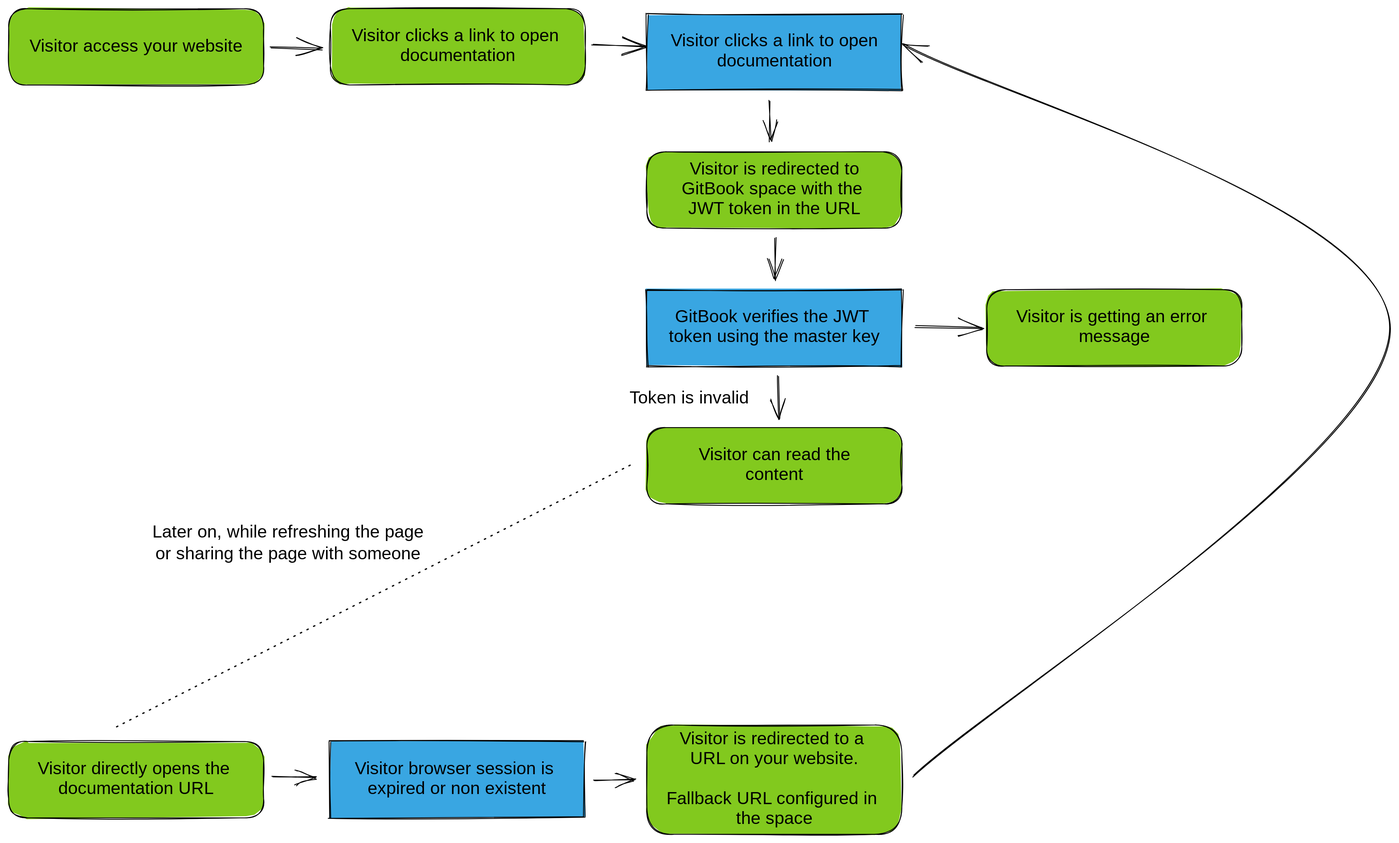
This is .gitbook/assets/file.drawing (1).svg from GitbookIO/public-docs, a Excalidraw export, as it was before one commit. Source tidied: one line per element, renumbered; positions are measured from the earlier drawing's top-left corner, leaving out a move shared by most shapes. Source of this version:
```json
{"id": 0, "type": "rectangle", "strokeColor": "#000000", "backgroundColor": "#82c91e", "fillStyle": "solid", "strokeWidth": 1, "roughness": 1, "x": 0, "y": 0, "width": 294, "height": 88}
{"id": 1, "type": "text", "text": "Visitor access your website", "strokeColor": "#000000", "strokeWidth": 1, "roughness": 1, "fontSize": 20, "fontFamily": 1, "textAlign": "center", "verticalAlign": "middle", "inside": 0, "x": 5, "y": 32, "width": 284, "height": 23}
{"id": 2, "type": "rectangle", "strokeColor": "#000000", "backgroundColor": "#82c91e", "fillStyle": "solid", "strokeWidth": 1, "roughness": 1, "x": 371, "y": 0, "width": 294, "height": 88}
{"id": 3, "type": "text", "text": "Visitor clicks a link to open \ndocumentation", "strokeColor": "#000000", "strokeWidth": 1, "roughness": 1, "fontSize": 20, "fontFamily": 1, "textAlign": "center", "verticalAlign": "middle", "inside": 2, "x": 376, "y": 20, "width": 284, "height": 46}
{"id": 4, "type": "arrow", "strokeColor": "#000000", "strokeWidth": 1, "roughness": 1, "endArrowhead": "arrow", "from": 0, "to": 2, "x": 302, "y": 46, "width": 60, "height": 2, "points": [[0, 0], [60, 2]]}
{"id": 5, "type": "rectangle", "strokeColor": "#000000", "backgroundColor": "#39a6e2", "fillStyle": "solid", "strokeWidth": 1, "roughness": 1, "x": 736, "y": 6, "width": 294, "height": 88}
{"id": 6, "type": "text", "text": "Visitor clicks a link to open\ndocumentation", "strokeColor": "#000000", "strokeWidth": 1, "roughness": 1, "fontSize": 20, "fontFamily": 1, "textAlign": "center", "verticalAlign": "middle", "inside": 5, "x": 741, "y": 26, "width": 284, "height": 46}
{"id": 7, "type": "arrow", "strokeColor": "#000000", "backgroundColor": "#82c91e", "fillStyle": "solid", "strokeWidth": 1, "roughness": 1, "endArrowhead": "arrow", "from": 2, "to": 5, "x": 673, "y": 41, "width": 63, "height": 3, "points": [[0, 0], [63, 3]]}
{"id": 8, "type": "rectangle", "strokeColor": "#000000", "backgroundColor": "#82c91e", "fillStyle": "solid", "strokeWidth": 1, "roughness": 1, "x": 736, "y": 165, "width": 294, "height": 88}
{"id": 9, "type": "text", "text": "Visitor is redirected to\nGitBook space with the \nJWT token in the URL", "strokeColor": "#000000", "strokeWidth": 1, "roughness": 1, "fontSize": 20, "fontFamily": 1, "textAlign": "center", "verticalAlign": "middle", "inside": 8, "x": 741, "y": 174, "width": 284, "height": 69}
{"id": 10, "type": "rectangle", "strokeColor": "#000000", "backgroundColor": "#39a6e2", "fillStyle": "solid", "strokeWidth": 1, "roughness": 1, "x": 736, "y": 324, "width": 294, "height": 88}
{"id": 11, "type": "text", "text": "GitBook verifies the JWT \ntoken using the master key", "strokeColor": "#000000", "strokeWidth": 1, "roughness": 1, "fontSize": 20, "fontFamily": 1, "textAlign": "center", "verticalAlign": "middle", "inside": 10, "x": 741, "y": 344, "width": 284, "height": 46}
{"id": 12, "type": "rectangle", "strokeColor": "#000000", "backgroundColor": "#82c91e", "fillStyle": "solid", "strokeWidth": 1, "roughness": 1, "x": 736, "y": 483, "width": 294, "height": 88}
{"id": 13, "type": "text", "text": "Visitor can read the\ncontent", "strokeColor": "#000000", "strokeWidth": 1, "roughness": 1, "fontSize": 20, "fontFamily": 1, "textAlign": "center", "verticalAlign": "middle", "inside": 12, "x": 741, "y": 504, "width": 284, "height": 46}
{"id": 14, "type": "rectangle", "strokeColor": "#000000", "backgroundColor": "#82c91e", "fillStyle": "solid", "strokeWidth": 1, "roughness": 1, "x": 0, "y": 845, "width": 294, "height": 88}
{"id": 15, "type": "text", "text": "Visitor directly opens the \ndocumentation URL", "strokeColor": "#000000", "strokeWidth": 1, "roughness": 1, "fontSize": 20, "fontFamily": 1, "textAlign": "center", "verticalAlign": "middle", "inside": 14, "x": 5, "y": 866, "width": 284, "height": 46}
{"id": 16, "type": "arrow", "strokeColor": "#000000", "backgroundColor": "#82c91e", "fillStyle": "solid", "strokeWidth": 1, "strokeStyle": "dotted", "roughness": 1, "from": 14, "to": 12, "x": 124, "y": 829, "width": 597, "height": 305, "points": [[0, 0], [597, -305]]}
{"id": 17, "type": "text", "text": "Later on, while refreshing the page\nor sharing the page with someone", "strokeColor": "#000000", "backgroundColor": "#82c91e", "fillStyle": "solid", "strokeWidth": 1, "strokeStyle": "dotted", "roughness": 1, "fontSize": 20, "fontFamily": 1, "textAlign": "center", "x": 150, "y": 592, "width": 344, "height": 50}
{"id": 18, "type": "arrow", "strokeColor": "#000000", "backgroundColor": "#82c91e", "fillStyle": "solid", "strokeWidth": 1, "roughness": 1, "endArrowhead": "arrow", "from": 5, "to": 8, "x": 877, "y": 107, "width": 1, "height": 46, "points": [[0, 0], [1, 46]]}
{"id": 19, "type": "arrow", "strokeColor": "#000000", "backgroundColor": "#82c91e", "fillStyle": "solid", "strokeWidth": 1, "roughness": 1, "endArrowhead": "arrow", "from": 8, "to": 10, "x": 884, "y": 264, "width": 0, "height": 49, "points": [[0, 0], [0, 49]]}
{"id": 20, "type": "arrow", "strokeColor": "#000000", "backgroundColor": "#82c91e", "fillStyle": "solid", "strokeWidth": 1, "roughness": 1, "endArrowhead": "arrow", "from": 10, "to": 12, "x": 888, "y": 424, "width": 2, "height": 49, "points": [[0, 0], [2, 49]]}
{"id": 21, "type": "rectangle", "strokeColor": "#000000", "backgroundColor": "#82c91e", "fillStyle": "solid", "strokeWidth": 1, "roughness": 1, "x": 1128, "y": 324, "width": 294, "height": 88}
{"id": 22, "type": "text", "text": "Visitor is getting an error \nmessage", "strokeColor": "#000000", "strokeWidth": 1, "roughness": 1, "fontSize": 20, "fontFamily": 1, "textAlign": "center", "verticalAlign": "middle", "inside": 21, "x": 1133, "y": 344, "width": 284, "height": 46}
{"id": 23, "type": "arrow", "strokeColor": "#000000", "backgroundColor": "#82c91e", "fillStyle": "solid", "strokeWidth": 1, "roughness": 1, "endArrowhead": "arrow", "from": 10, "to": 21, "x": 1045, "y": 366, "width": 78, "height": 2, "points": [[0, 0], [78, 2]]}
{"id": 24, "type": "text", "text": "Token is invalid", "strokeColor": "#000000", "backgroundColor": "#82c91e", "fillStyle": "solid", "strokeWidth": 1, "roughness": 1, "fontSize": 20, "fontFamily": 1, "textAlign": "center", "x": 709, "y": 437, "width": 152, "height": 25}
{"id": 25, "type": "rectangle", "strokeColor": "#000000", "backgroundColor": "#39a6e2", "fillStyle": "solid", "strokeWidth": 1, "roughness": 1, "x": 370, "y": 845, "width": 294, "height": 88}
{"id": 26, "type": "text", "text": "Visitor browser session is \nexpired or non existent", "strokeColor": "#000000", "strokeWidth": 1, "roughness": 1, "fontSize": 20, "fontFamily": 1, "textAlign": "center", "verticalAlign": "middle", "inside": 25, "x": 375, "y": 866, "width": 284, "height": 46}
{"id": 27, "type": "rectangle", "strokeColor": "#000000", "backgroundColor": "#82c91e", "fillStyle": "solid", "strokeWidth": 1, "roughness": 1, "x": 736, "y": 826, "width": 294, "height": 126}
{"id": 28, "type": "text", "text": "Visitor is redirected to a \nURL on your website.\n\nFallback URL configured in \nthe space", "strokeColor": "#000000", "strokeWidth": 1, "roughness": 1, "fontSize": 20, "fontFamily": 1, "textAlign": "center", "verticalAlign": "middle", "inside": 27, "x": 741, "y": 831, "width": 284, "height": 115}
{"id": 29, "type": "arrow", "strokeColor": "#000000", "backgroundColor": "#82c91e", "fillStyle": "solid", "strokeWidth": 1, "roughness": 1, "endArrowhead": "arrow", "from": 14, "to": 25, "x": 304, "y": 885, "width": 50, "height": 1, "points": [[0, 0], [50, 1]]}
{"id": 30, "type": "arrow", "strokeColor": "#000000", "backgroundColor": "#82c91e", "fillStyle": "solid", "strokeWidth": 1, "roughness": 1, "endArrowhead": "arrow", "from": 25, "to": 27, "x": 675, "y": 890, "width": 48, "height": 0, "points": [[0, 0], [48, 0]]}
{"id": 31, "type": "arrow", "strokeColor": "#000000", "backgroundColor": "#82c91e", "fillStyle": "solid", "strokeWidth": 1, "roughness": 1, "endArrowhead": "arrow", "from": 27, "x": 1043, "y": 884, "width": 561, "height": 844, "points": [[0, 0], [550, -516], [-11, -844]]}
```
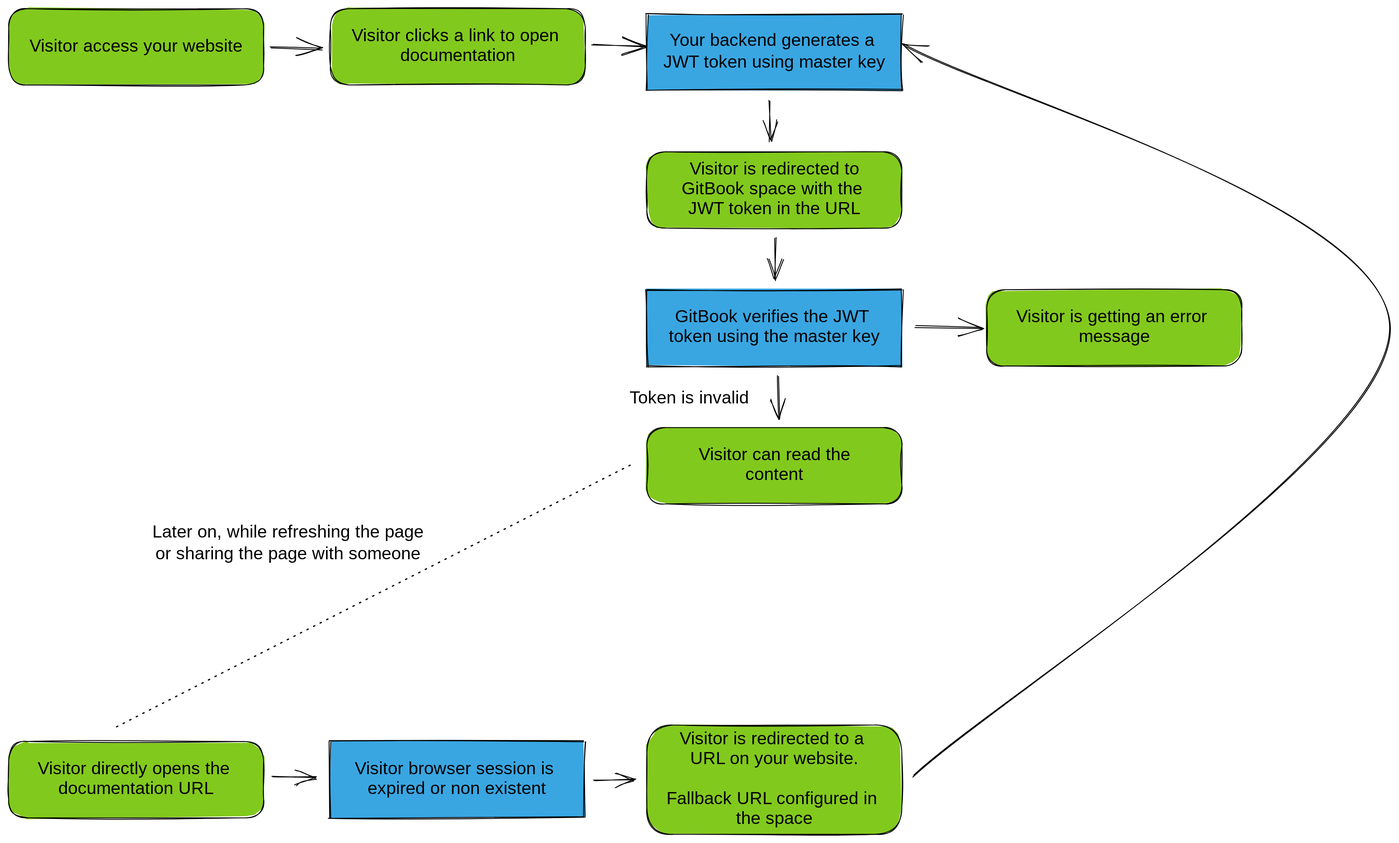
After the commit.

Commit message:
GitBook: [#74] Fix copy/paste error in VA diagram

Change to the diagram source:
```diff
@@ -4,7 +4,7 @@
 {"id": 3, "type": "text", "text": "Visitor clicks a link to open \ndocumentation", "strokeColor": "#000000", "strokeWidth": 1, "roughness": 1, "fontSize": 20, "fontFamily": 1, "textAlign": "center", "verticalAlign": "middle", "inside": 2, "x": 376, "y": 20, "width": 284, "height": 46}
 {"id": 4, "type": "arrow", "strokeColor": "#000000", "strokeWidth": 1, "roughness": 1, "endArrowhead": "arrow", "from": 0, "to": 2, "x": 302, "y": 46, "width": 60, "height": 2, "points": [[0, 0], [60, 2]]}
 {"id": 5, "type": "rectangle", "strokeColor": "#000000", "backgroundColor": "#39a6e2", "fillStyle": "solid", "strokeWidth": 1, "roughness": 1, "x": 736, "y": 6, "width": 294, "height": 88}
-{"id": 6, "type": "text", "text": "Visitor clicks a link to open\ndocumentation", "strokeColor": "#000000", "strokeWidth": 1, "roughness": 1, "fontSize": 20, "fontFamily": 1, "textAlign": "center", "verticalAlign": "middle", "inside": 5, "x": 741, "y": 26, "width": 284, "height": 46}
+{"id": 6, "type": "text", "text": "Your backend generates a \nJWT token using master key", "strokeColor": "#000000", "strokeWidth": 1, "roughness": 1, "fontSize": 20, "fontFamily": 1, "textAlign": "center", "verticalAlign": "middle", "inside": 5, "x": 741, "y": 25, "width": 284, "height": 50}
 {"id": 7, "type": "arrow", "strokeColor": "#000000", "backgroundColor": "#82c91e", "fillStyle": "solid", "strokeWidth": 1, "roughness": 1, "endArrowhead": "arrow", "from": 2, "to": 5, "x": 673, "y": 41, "width": 63, "height": 3, "points": [[0, 0], [63, 3]]}
 {"id": 8, "type": "rectangle", "strokeColor": "#000000", "backgroundColor": "#82c91e", "fillStyle": "solid", "strokeWidth": 1, "roughness": 1, "x": 736, "y": 165, "width": 294, "height": 88}
 {"id": 9, "type": "text", "text": "Visitor is redirected to\nGitBook space with the \nJWT token in the URL", "strokeColor": "#000000", "strokeWidth": 1, "roughness": 1, "fontSize": 20, "fontFamily": 1, "textAlign": "center", "verticalAlign": "middle", "inside": 8, "x": 741, "y": 174, "width": 284, "height": 69}
```
